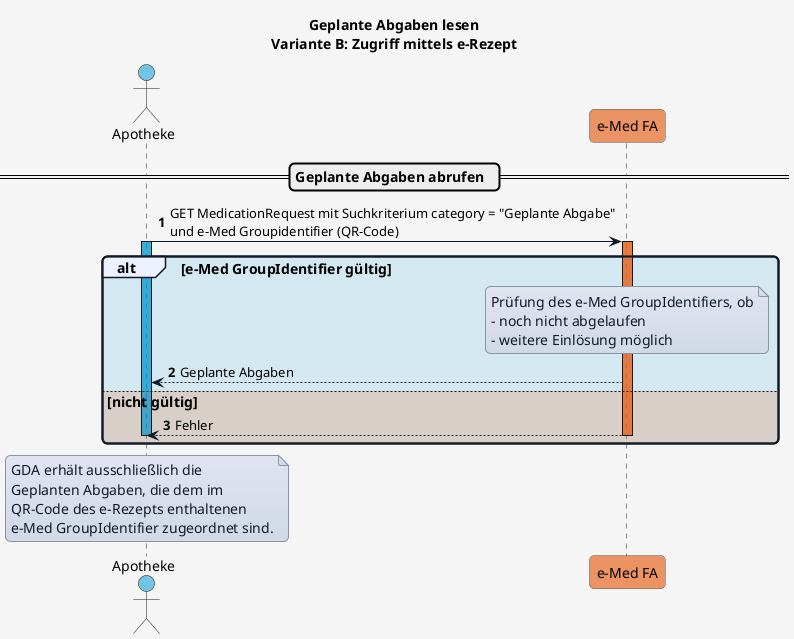
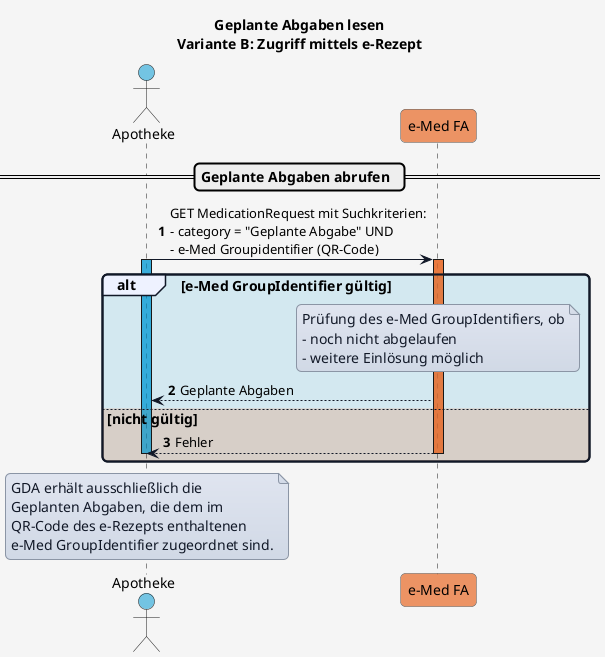
@startuml

title Geplante Abgaben lesen\nVariante B: Zugriff mittels e-Rezept

'skinparam actorStyle awesome

skinparam borderColor #000000
skinparam backgroundColor #f5f5f5
skinparam shadowing false
skinparam roundCorner 10
skinparam defaultFontName "Arial"
skinparam defaultFontSize 14
skinparam defaultFontColor #000000
skinparam HyperlinkColor #0000EE
skinparam HyperlinkUnderline false
skinparam BoxPadding 20
skinparam BoxBorderColor #555555

skinparam note {
  BackgroundColor #e0e5f0-#d1d9e6
  BorderColor #8b95a5
  BorderThickness 1
  RoundCorner 0
  Padding 6
  FontColor #111827
  Shadowing false
}

skinparam sequence {
  ParticipantBorderColor #555555
  ParticipantFontColor #000000
  ParticipantFontSize 14
  ParticipantPadding 20
  ArrowColor #111827
  ArrowThickness 1
  ArrowFontColor #000000
  ArrowFontSize 13
  GroupBorderColor #111827
  GroupBackgroundColor #eef2ff
  GroupBorderThickness 2
}

!define COLOR_GDA_1    #15608280
!define COLOR_GDA_2    #96607D80
!define COLOR_PATIENT  #196B2480
!define COLOR_APO      #0F9ED590
!define COLOR_EMED_FA  #e97232bd
!define COLOR_E_REZEPT #cd3732a9

!define COLOR_OK       #0F9ED525
!define COLOR_ERROR    #E9713235

'actor GDA_1 as "GDA 1" COLOR_GDA_1
actor GDA_Apo as "Apotheke" COLOR_APO
participant eMed_FA as "e-Med FA" COLOR_EMED_FA
'participant e_Rezept as "e-Rezept" COLOR_E_REZEPT

autonumber

== Geplante Abgaben abrufen  ==
'== e-Rezept + Geplante Abgaben abrufen ==

' par e-Rezept abrufen
'   GDA_Apo -> e_Rezept: e-Rezept mittels e-Rezept-ID (QR-Code) abrufen
'   activate GDA_Apo COLOR_APO
'   activate e_Rezept COLOR_E_REZEPT
'   e_Rezept --> GDA_Apo: e-Rezept
'   deactivate e_Rezept

' else
- GDA_Apo -> eMed_FA: GET MedicationRequest mit Suchkriterium category = "Geplante Abgabe"\nund e-Med Groupidentifier (QR-Code)
+ GDA_Apo -> eMed_FA: GET MedicationRequest mit Suchkriterien:\n- category = "Geplante Abgabe" UND \n- e-Med Groupidentifier (QR-Code)
activate GDA_Apo COLOR_APO
activate eMed_FA COLOR_EMED_FA
alt COLOR_OK e-Med GroupIdentifier gültig
  note over eMed_FA
  Prüfung des e-Med GroupIdentifiers, ob
  - noch nicht abgelaufen
  - weitere Einlösung möglich
  end note
  eMed_FA --> GDA_Apo: Geplante Abgaben
else COLOR_ERROR nicht gültig
  eMed_FA --> GDA_Apo: Fehler
  deactivate eMed_FA
  deactivate GDA_Apo
end
note over GDA_Apo
GDA erhält ausschließlich die
Geplanten Abgaben, die dem im
QR-Code des e-Rezepts enthaltenen
e-Med GroupIdentifier zugeordnet sind.
end note

@enduml